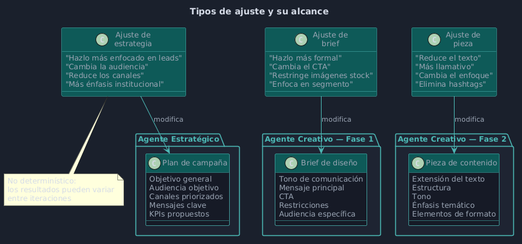
This is agent/assets/img/diagramas/iteracion-tipos-ajuste.png from sedibuc/documentacion_cintel, a PlantUML export, as it was before one commit.
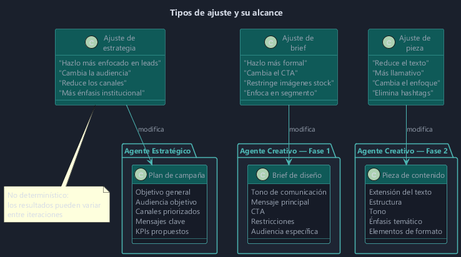
The same diagram one commit later.

What changed in the source:
```diff
@@ -1,4 +1,4 @@
-@startuml
+@startuml iteracion-tipos-ajuste
 skinparam backgroundColor #1a202c
 skinparam defaultFontColor #d4dae6
 skinparam defaultFontName "Segoe UI"
@@ -88,4 +88,5 @@
   los resultados pueden variar
   entre iteraciones
 end note
+
 @enduml
```
